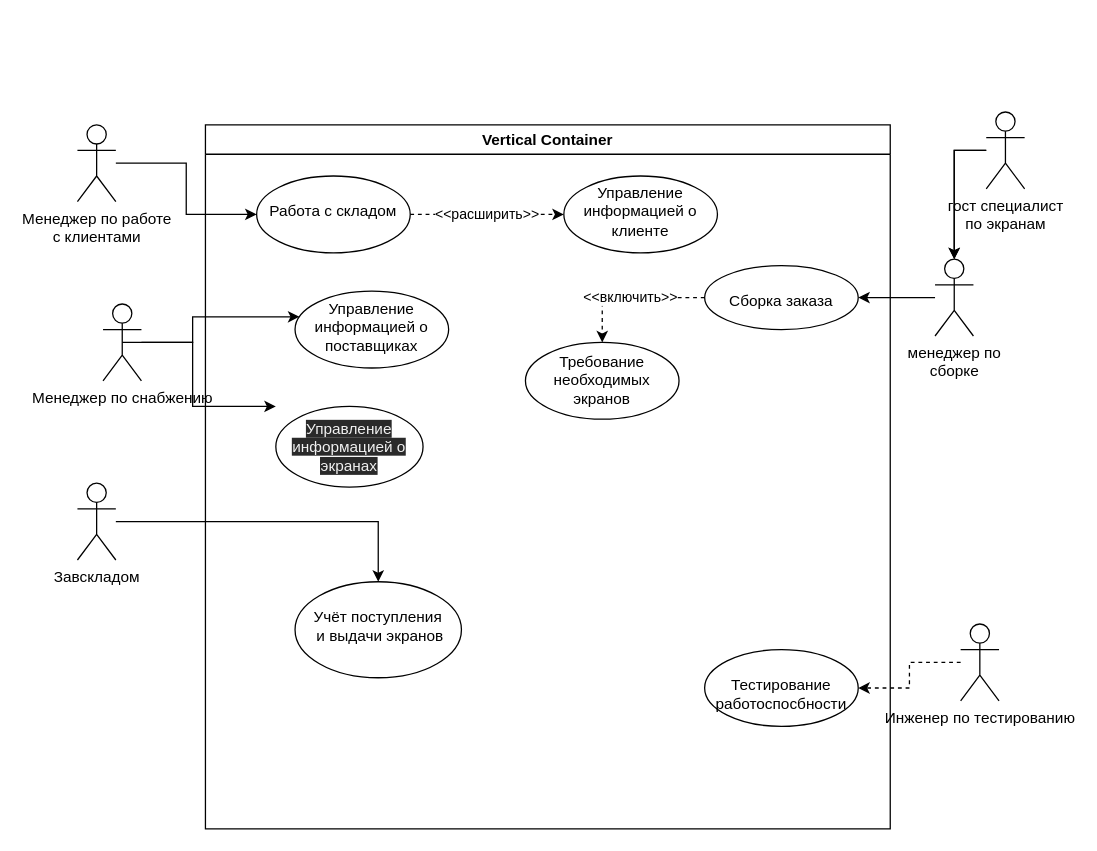
Before: работа по своей теме.drawio in SSEcKRI/UML, a draw.io diagram. Source tidied: cells renumbered, new cells numbered last; positions are measured from the earlier drawing's top-left corner, leaving out a move shared by most shapes. Both pictures are drawn from the tidied source at 128%, with x=0, y=0 at pixel (77, 111).
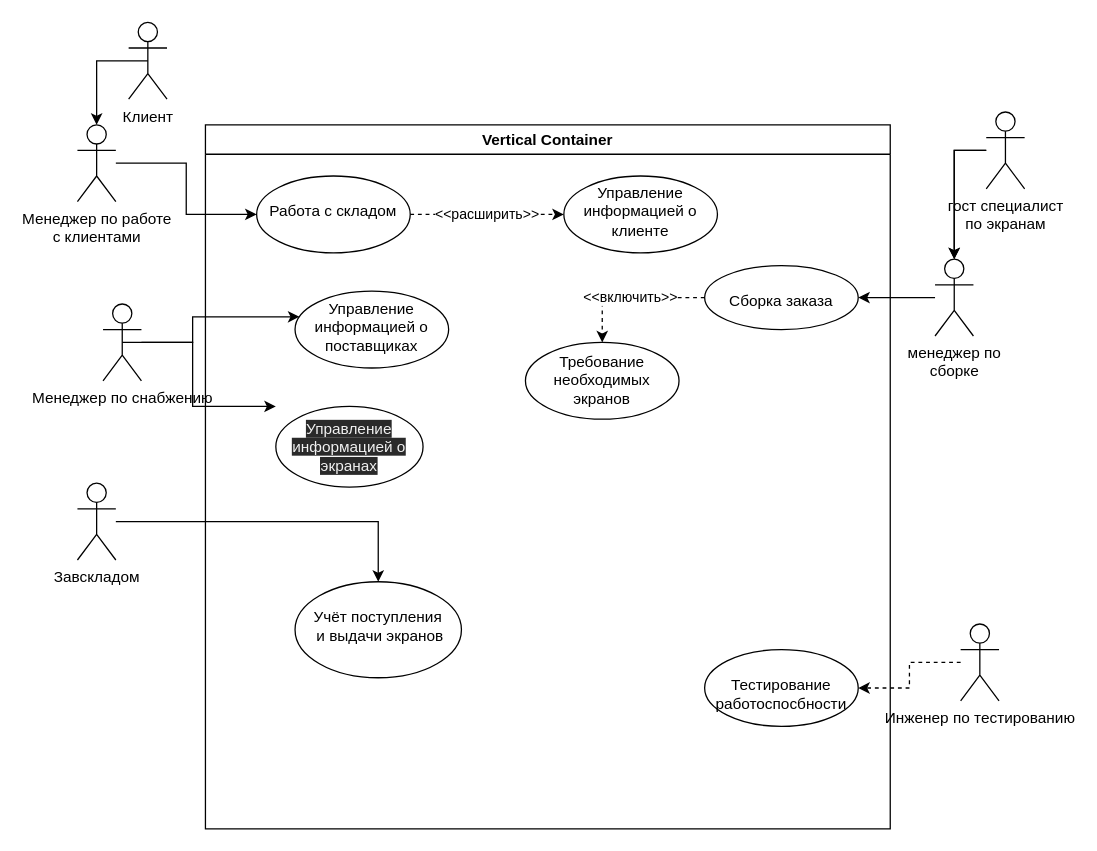
After the change.

Unchanged cells that the change refers to:
```xml
<mxCell id="26" value="Менеджер по работе&lt;br&gt;с клиентами" style="shape=umlActor;verticalLabelPosition=bottom;verticalAlign=top;html=1;outlineConnect=0;" parent="1" vertex="1">
  <mxGeometry y="10" width="30" height="60" as="geometry" />
</mxCell>
```

The edit, as a diff of the source:
```diff
@@
+    <mxCell id="27" style="edgeStyle=orthogonalEdgeStyle;rounded=0;jettySize=auto;html=1;exitX=0.5;exitY=0.5;exitDx=0;exitDy=0;exitPerimeter=0;entryX=0.5;entryY=0;entryDx=0;entryDy=0;entryPerimeter=0;" parent="1" edge="1" source="28" target="26">
+      <mxGeometry relative="1" as="geometry" />
+    </mxCell>
+    <mxCell id="28" value="Клиент" style="shape=umlActor;verticalLabelPosition=bottom;verticalAlign=top;html=1;outlineConnect=0;" parent="1" vertex="1">
+      <mxGeometry x="40" y="-70" width="30" height="60" as="geometry" />
+    </mxCell>
```
